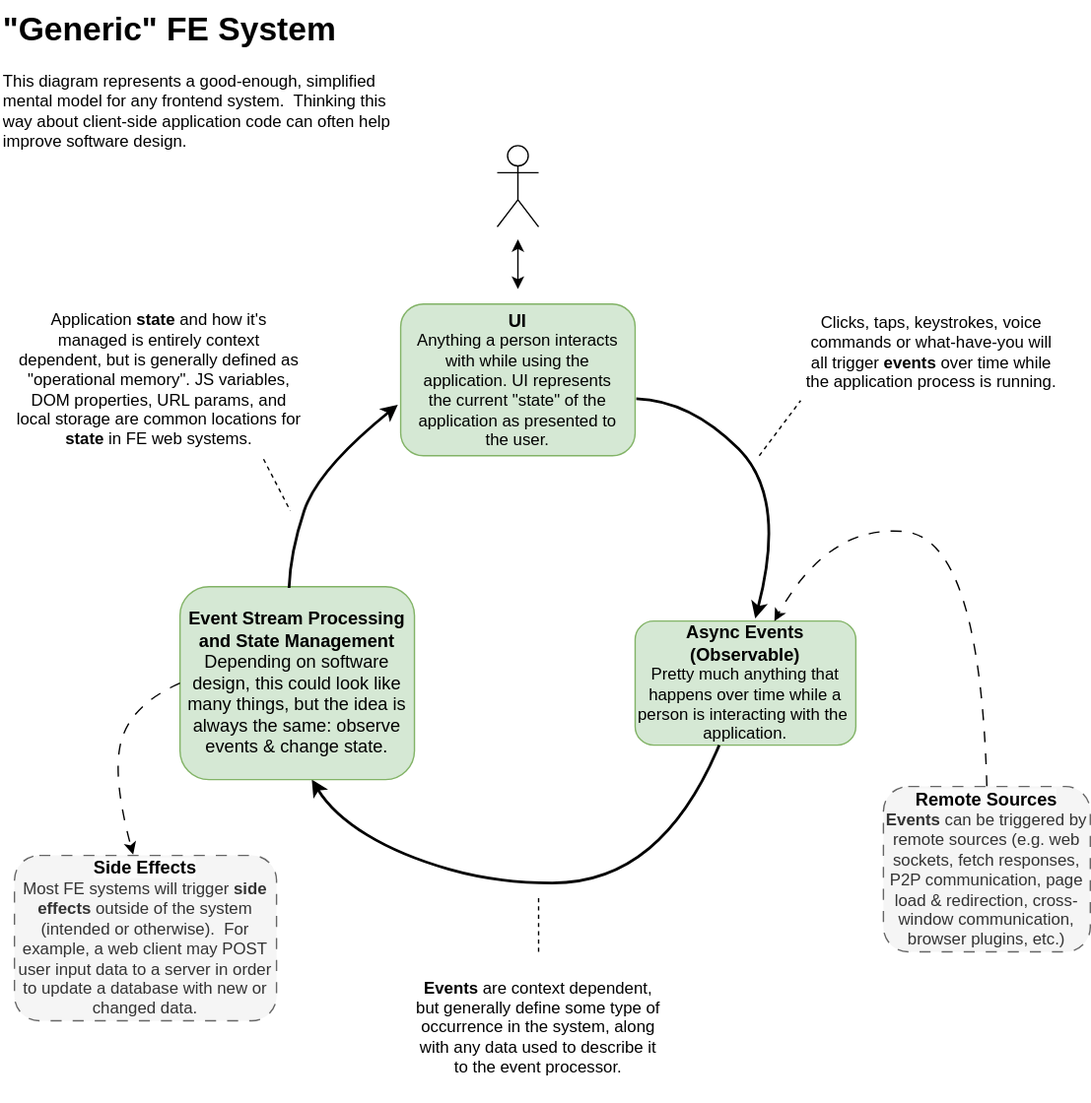
This is Generic-FE-System.drawio.svg from darthrellimnad/generic-fe-system, a draw.io export, as it was before one commit. Source tidied: cells renumbered, new cells last; positions are measured from the earlier drawing's top-left corner, leaving out a move shared by most shapes.
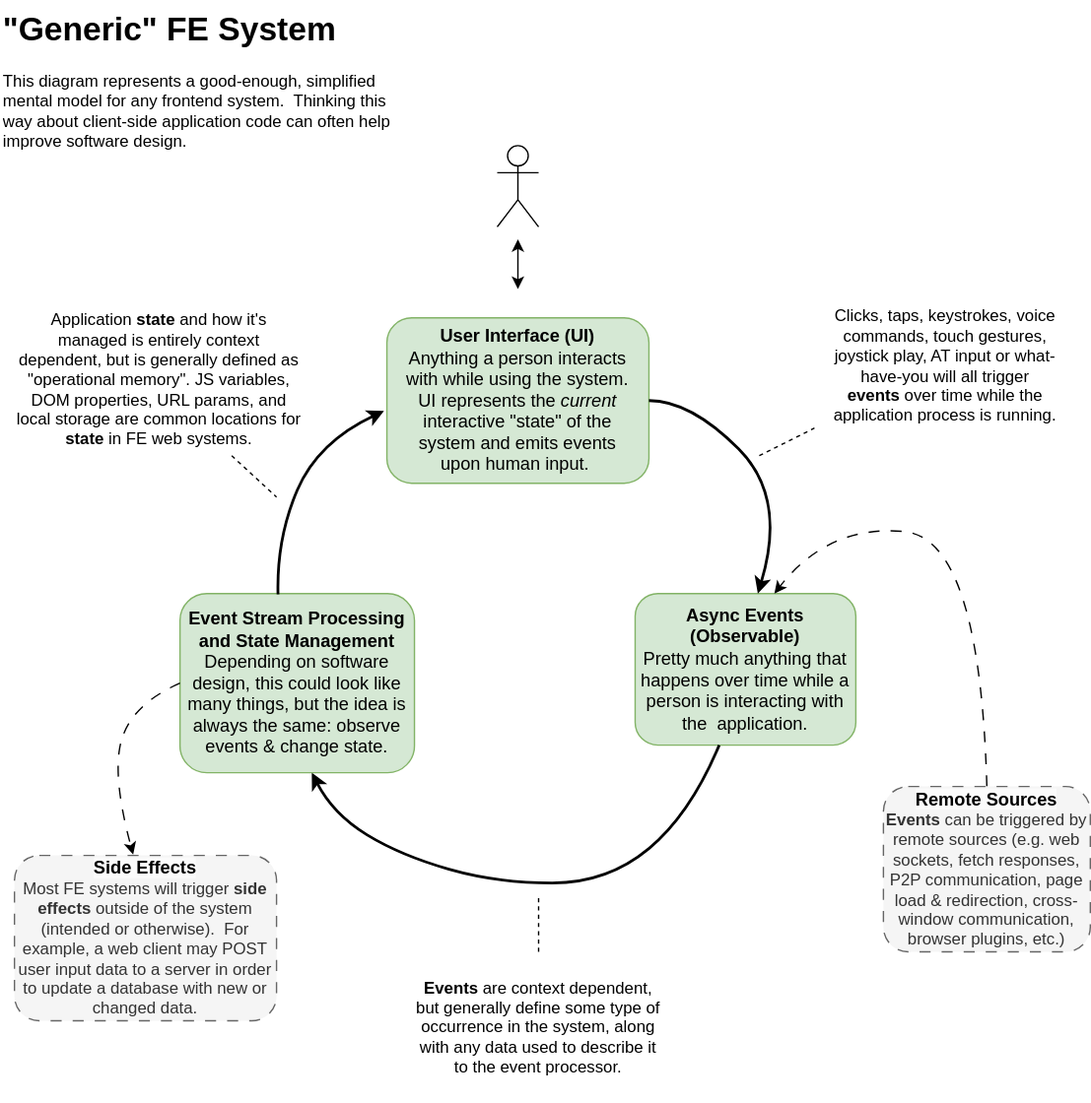
Above is the later version.

Commit message:
incorporate feedback. minor visual cleanup.

The edit, as a diff of the source:
```diff
@@ -5,14 +5,14 @@
     <mxCell id="2" value="&lt;h1 style=&quot;margin-top: 0px;&quot;&gt;&quot;Generic&quot; FE System&lt;/h1&gt;&lt;p&gt;This diagram represents a good-enough, simplified mental model for any frontend system.&amp;nbsp; Thinking this way about client-side application code can often help improve software design.&lt;/p&gt;" style="text;html=1;whiteSpace=wrap;overflow=hidden;rounded=0;" parent="1" vertex="1">
       <mxGeometry width="290" height="120" as="geometry" />
     </mxCell>
-    <mxCell id="3" value="&lt;font style=&quot;font-size: 13px;&quot;&gt;&lt;b&gt;Async Events (Observable)&lt;/b&gt;&lt;/font&gt;&lt;div&gt;Pretty much anything that happens over time while a person is interacting with the&amp;nbsp; application.&lt;/div&gt;" style="rounded=1;whiteSpace=wrap;html=1;fillColor=#d5e8d4;strokeColor=#82b366;" parent="1" vertex="1">
-      <mxGeometry x="460" y="450" width="160" height="90" as="geometry" />
+    <mxCell id="3" value="&lt;font style=&quot;font-size: 13px;&quot;&gt;&lt;b&gt;Async Events (Observable)&lt;/b&gt;&lt;/font&gt;&lt;div&gt;&lt;font style=&quot;font-size: 13px;&quot;&gt;Pretty much anything that happens over time while a person is interacting with the&amp;nbsp; application.&lt;/font&gt;&lt;/div&gt;" style="rounded=1;whiteSpace=wrap;html=1;fillColor=#d5e8d4;strokeColor=#82b366;" parent="1" vertex="1">
+      <mxGeometry x="460" y="430" width="160" height="110" as="geometry" />
     </mxCell>
     <mxCell id="4" style="rounded=1;whiteSpace=wrap;html=1;fillColor=#d5e8d4;strokeColor=#82b366;" parent="1" vertex="1">
-      <mxGeometry x="290" y="220" width="170" height="110" as="geometry" />
+      <mxGeometry x="280" y="230" width="190" height="120" as="geometry" />
     </mxCell>
-    <mxCell id="5" value="&lt;font style=&quot;font-size: 13px;&quot;&gt;&lt;b style=&quot;&quot;&gt;UI&lt;/b&gt;&lt;/font&gt;&lt;div style=&quot;&quot;&gt;Anything a person interacts with while using the application. UI represents the current &quot;state&quot; of the application as presented to the user.&lt;/div&gt;" style="text;html=1;align=center;verticalAlign=middle;whiteSpace=wrap;rounded=0;" parent="1" vertex="1">
-      <mxGeometry x="300" y="225" width="150" height="100" as="geometry" />
+    <mxCell id="5" value="&lt;font size=&quot;1&quot; style=&quot;&quot;&gt;&lt;b style=&quot;font-size: 13px;&quot;&gt;User Interface (UI)&lt;/b&gt;&lt;/font&gt;&lt;div style=&quot;font-size: 13px;&quot;&gt;Anything a person interacts with while using the system. UI represents the &lt;i&gt;current &lt;/i&gt;interactive &quot;state&quot; of the system and emits events upon human input.&amp;nbsp;&lt;/div&gt;" style="text;html=1;align=center;verticalAlign=middle;whiteSpace=wrap;rounded=0;" parent="1" vertex="1">
+      <mxGeometry x="290" y="237.5" width="170" height="105" as="geometry" />
     </mxCell>
     <mxCell id="6" style="curved=1;endArrow=classic;html=1;rounded=0;entryX=0.562;entryY=1;entryDx=0;entryDy=0;entryPerimeter=0;exitX=0.381;exitY=1;exitDx=0;exitDy=0;exitPerimeter=0;strokeWidth=2;" parent="1" edge="1" source="3" target="9">
       <mxGeometry relative="1" as="geometry">
@@ -37,17 +37,17 @@
       <mxGeometry x="640" y="570" width="150" height="120" as="geometry" />
     </mxCell>
     <mxCell id="9" value="&lt;b&gt;&lt;font style=&quot;font-size: 13px;&quot;&gt;Event Stream Processing and State Management&lt;/font&gt;&lt;/b&gt;&lt;div&gt;&lt;font style=&quot;font-size: 13px;&quot;&gt;Depending on software design, this could look like many things, but the idea is always the same: observe events &amp;amp; change state.&lt;/font&gt;&lt;/div&gt;" style="rounded=1;whiteSpace=wrap;html=1;fillColor=#d5e8d4;strokeColor=#82b366;" parent="1" vertex="1">
-      <mxGeometry x="130" y="425" width="170" height="140" as="geometry" />
+      <mxGeometry x="130" y="430" width="170" height="130" as="geometry" />
     </mxCell>
-    <mxCell id="10" style="curved=1;endArrow=classic;html=1;rounded=0;exitX=0.465;exitY=0.007;exitDx=0;exitDy=0;exitPerimeter=0;entryX=-0.012;entryY=0.664;entryDx=0;entryDy=0;entryPerimeter=0;strokeWidth=2;" parent="1" edge="1" source="9" target="4">
+    <mxCell id="10" style="curved=1;endArrow=classic;html=1;rounded=0;exitX=0.418;exitY=0.004;exitDx=0;exitDy=0;exitPerimeter=0;strokeWidth=2;entryX=-0.011;entryY=0.563;entryDx=0;entryDy=0;entryPerimeter=0;" parent="1" edge="1" source="9" target="4">
       <mxGeometry relative="1" as="geometry">
         <Array as="points">
-          <mxPoint x="210" y="400" />
-          <mxPoint x="230" y="340" />
+          <mxPoint x="200" y="390" />
+          <mxPoint x="230" y="320" />
         </Array>
       </mxGeometry>
     </mxCell>
-    <mxCell id="11" style="curved=1;endArrow=classic;html=1;rounded=0;entryX=0.544;entryY=-0.022;entryDx=0;entryDy=0;entryPerimeter=0;exitX=1.005;exitY=0.624;exitDx=0;exitDy=0;exitPerimeter=0;strokeWidth=2;" parent="1" edge="1" source="4" target="3">
+    <mxCell id="11" style="curved=1;endArrow=classic;html=1;rounded=0;strokeWidth=2;entryX=0.556;entryY=0;entryDx=0;entryDy=0;entryPerimeter=0;exitX=1;exitY=0.5;exitDx=0;exitDy=0;" parent="1" edge="1" source="4" target="3">
       <mxGeometry relative="1" as="geometry">
         <Array as="points">
           <mxPoint x="500" y="290" />
@@ -55,8 +55,8 @@
         </Array>
       </mxGeometry>
     </mxCell>
-    <mxCell id="12" value="Clicks, taps, keystrokes, voice commands or what-have-you will all trigger &lt;b&gt;events&lt;/b&gt;&amp;nbsp;over time while the application process is running." style="text;html=1;align=center;verticalAlign=middle;whiteSpace=wrap;rounded=0;" parent="1" vertex="1">
-      <mxGeometry x="580" y="220" width="190" height="70" as="geometry" />
+    <mxCell id="12" value="Clicks, taps, keystrokes, voice commands, touch gestures, joystick play, AT input or what-have-you will all trigger &lt;b&gt;events&lt;/b&gt;&amp;nbsp;over time while the application process is running." style="text;html=1;align=center;verticalAlign=middle;whiteSpace=wrap;rounded=0;" parent="1" vertex="1">
+      <mxGeometry x="590" y="220" width="190" height="90" as="geometry" />
     </mxCell>
     <mxCell id="13" value="Application &lt;b&gt;state&lt;/b&gt;&amp;nbsp;and how it's managed is entirely context dependent, but is generally defined as &quot;operational memory&quot;. JS variables, DOM properties, URL params, and local storage are common locations for &lt;b&gt;state&lt;/b&gt;&amp;nbsp;in FE web systems." style="text;html=1;align=center;verticalAlign=middle;whiteSpace=wrap;rounded=0;" parent="1" vertex="1">
       <mxGeometry x="10" y="220" width="210" height="110" as="geometry" />
@@ -74,9 +74,9 @@
     <mxCell id="16" value="&lt;b&gt;Events&lt;/b&gt;&amp;nbsp;are context dependent, but generally define some type of occurrence in the system, along with any data used to describe it to the event processor." style="text;html=1;align=center;verticalAlign=middle;whiteSpace=wrap;rounded=0;" parent="1" vertex="1">
       <mxGeometry x="300" y="690" width="180" height="110" as="geometry" />
     </mxCell>
-    <mxCell id="17" style="endArrow=none;dashed=1;html=1;rounded=0;exitX=0.86;exitY=1.023;exitDx=0;exitDy=0;exitPerimeter=0;" parent="1" edge="1" source="13">
+    <mxCell id="17" style="endArrow=none;dashed=1;html=1;rounded=0;exitX=0.75;exitY=1;exitDx=0;exitDy=0;" parent="1" edge="1" source="13">
       <mxGeometry relative="1" as="geometry">
-        <mxPoint x="210" y="370" as="targetPoint" />
+        <mxPoint x="200" y="360" as="targetPoint" />
       </mxGeometry>
     </mxCell>
     <mxCell id="18" style="shape=umlActor;verticalLabelPosition=bottom;verticalAlign=top;html=1;flipV=0;" parent="1" vertex="1">
```
